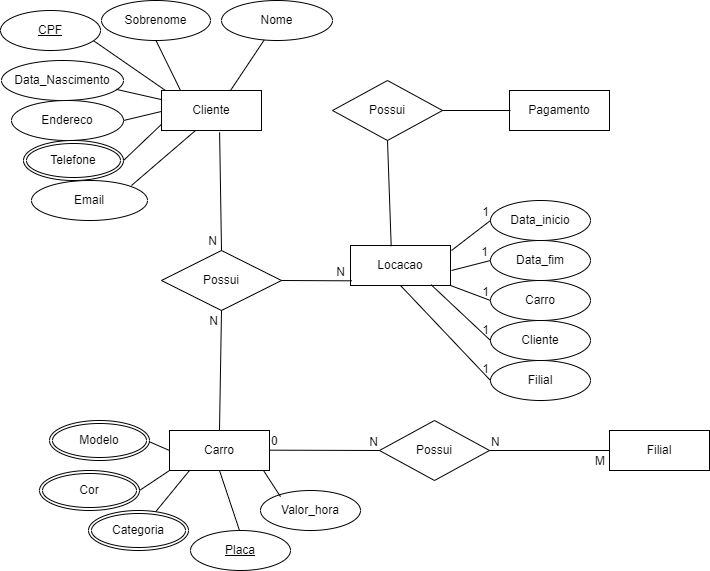
Before: Mapa_BD1.drawio.png, a diagram exported from draw.io (Kelly-Prone/diagramas). Source tidied: cells renumbered, new cells last; positions are measured from the earlier drawing's top-left corner, leaving out a move shared by most shapes.
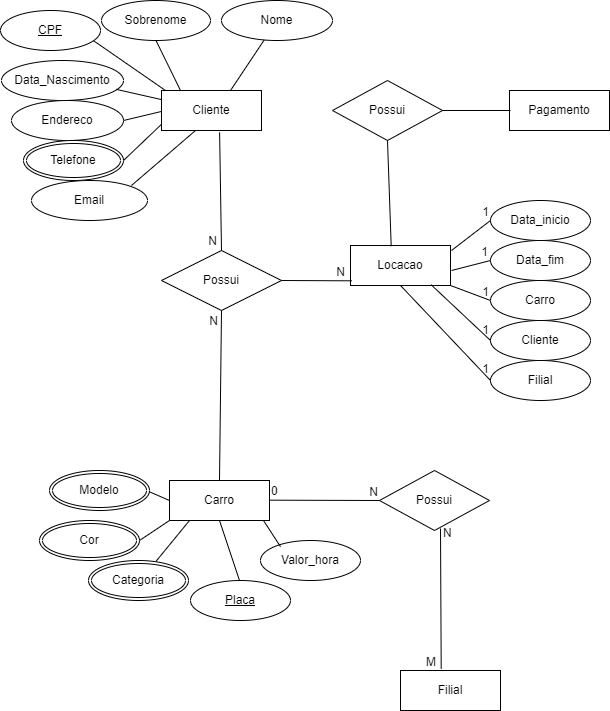
The same file after the commit.

Diff of the diagram source:
```diff
@@ -60,7 +60,7 @@
       <mxGeometry x="161" y="90" width="100" height="40" as="geometry" />
     </mxCell>
     <mxCell id="15" value="Carro" style="whiteSpace=wrap;html=1;align=center;" parent="1" vertex="1">
-      <mxGeometry x="169" y="430" width="100" height="40" as="geometry" />
+      <mxGeometry x="169" y="480" width="100" height="40" as="geometry" />
     </mxCell>
     <mxCell id="16" value="Telefone" style="ellipse;shape=doubleEllipse;margin=3;whiteSpace=wrap;html=1;align=center;" parent="1" vertex="1">
       <mxGeometry x="23" y="140" width="100" height="40" as="geometry" />
@@ -72,36 +72,36 @@
       <mxGeometry x="161" y="250" width="120" height="60" as="geometry" />
     </mxCell>
     <mxCell id="19" value="Valor_hora" style="ellipse;whiteSpace=wrap;html=1;align=center;" parent="1" vertex="1">
-      <mxGeometry x="260" y="490" width="100" height="40" as="geometry" />
+      <mxGeometry x="260" y="540" width="100" height="40" as="geometry" />
     </mxCell>
     <mxCell id="20" value="Placa" style="ellipse;whiteSpace=wrap;html=1;align=center;fontStyle=4;" parent="1" vertex="1">
-      <mxGeometry x="190" y="530" width="100" height="40" as="geometry" />
+      <mxGeometry x="190" y="580" width="100" height="40" as="geometry" />
     </mxCell>
     <mxCell id="21" style="endArrow=none;html=1;rounded=0;entryX=0.5;entryY=1;entryDx=0;entryDy=0;" parent="1" edge="1" target="15">
       <mxGeometry relative="1" as="geometry">
-        <mxPoint x="239" y="530" as="sourcePoint" />
+        <mxPoint x="239" y="580" as="sourcePoint" />
       </mxGeometry>
     </mxCell>
     <mxCell id="22" style="endArrow=none;html=1;rounded=0;entryX=0.5;entryY=1;entryDx=0;entryDy=0;exitX=0.2;exitY=0.154;exitDx=0;exitDy=0;exitPerimeter=0;" parent="1" edge="1" source="19">
       <mxGeometry relative="1" as="geometry">
-        <mxPoint x="263" y="470" as="targetPoint" />
+        <mxPoint x="263" y="520" as="targetPoint" />
       </mxGeometry>
     </mxCell>
     <mxCell id="23" style="endArrow=none;html=1;rounded=0;entryX=0.5;entryY=1;entryDx=0;entryDy=0;" parent="1" edge="1">
       <mxGeometry relative="1" as="geometry">
-        <mxPoint x="155.4" y="511" as="sourcePoint" />
-        <mxPoint x="189" y="470" as="targetPoint" />
+        <mxPoint x="155.4" y="561" as="sourcePoint" />
+        <mxPoint x="189" y="520" as="targetPoint" />
       </mxGeometry>
     </mxCell>
     <mxCell id="24" style="endArrow=none;html=1;rounded=0;entryX=1;entryY=0.5;entryDx=0;entryDy=0;" parent="1" edge="1">
       <mxGeometry relative="1" as="geometry">
-        <mxPoint x="169" y="450" as="sourcePoint" />
-        <mxPoint x="146" y="440" as="targetPoint" />
+        <mxPoint x="169" y="500" as="sourcePoint" />
+        <mxPoint x="146" y="490" as="targetPoint" />
       </mxGeometry>
     </mxCell>
     <mxCell id="25" style="endArrow=none;html=1;rounded=0;entryX=0;entryY=1;entryDx=0;entryDy=0;" parent="1" edge="1" target="15">
       <mxGeometry relative="1" as="geometry">
-        <mxPoint x="139" y="490" as="sourcePoint" />
+        <mxPoint x="139" y="540" as="sourcePoint" />
       </mxGeometry>
     </mxCell>
     <mxCell id="26" style="endArrow=none;html=1;rounded=0;entryX=0.5;entryY=0;entryDx=0;entryDy=0;exitX=0.581;exitY=1.046;exitDx=0;exitDy=0;exitPerimeter=0;" parent="1" edge="1" source="14" target="18">
@@ -121,23 +121,23 @@
       </mxGeometry>
     </mxCell>
     <mxCell id="30" value="Modelo" style="ellipse;shape=doubleEllipse;margin=3;whiteSpace=wrap;html=1;align=center;" parent="1" vertex="1">
-      <mxGeometry x="49" y="420" width="100" height="40" as="geometry" />
+      <mxGeometry x="49" y="470" width="100" height="40" as="geometry" />
     </mxCell>
     <mxCell id="31" value="Cor" style="ellipse;shape=doubleEllipse;margin=3;whiteSpace=wrap;html=1;align=center;" parent="1" vertex="1">
-      <mxGeometry x="39" y="470" width="100" height="40" as="geometry" />
+      <mxGeometry x="39" y="520" width="100" height="40" as="geometry" />
     </mxCell>
     <mxCell id="32" value="Categoria" style="ellipse;shape=doubleEllipse;margin=3;whiteSpace=wrap;html=1;align=center;" parent="1" vertex="1">
-      <mxGeometry x="88" y="510" width="100" height="40" as="geometry" />
+      <mxGeometry x="88" y="560" width="100" height="40" as="geometry" />
     </mxCell>
     <mxCell id="33" value="Filial" style="whiteSpace=wrap;html=1;align=center;" parent="1" vertex="1">
-      <mxGeometry x="609" y="430" width="100" height="40" as="geometry" />
+      <mxGeometry x="400" y="670" width="100" height="40" as="geometry" />
     </mxCell>
     <mxCell id="34" value="Possui" style="shape=rhombus;perimeter=rhombusPerimeter;whiteSpace=wrap;html=1;align=center;" parent="1" vertex="1">
-      <mxGeometry x="379" y="420" width="110" height="60" as="geometry" />
+      <mxGeometry x="379" y="470" width="110" height="60" as="geometry" />
     </mxCell>
     <mxCell id="35" style="endArrow=none;html=1;rounded=0;entryX=0;entryY=0.5;entryDx=0;entryDy=0;" parent="1" edge="1" target="34">
       <mxGeometry relative="1" as="geometry">
-        <mxPoint x="269" y="449.7" as="sourcePoint" />
+        <mxPoint x="269" y="499.7" as="sourcePoint" />
       </mxGeometry>
     </mxCell>
     <mxCell id="36" value="0" style="html=1;whiteSpace=wrap;align=left;verticalAlign=bottom;" parent="35" vertex="1">
@@ -146,15 +146,19 @@
     <mxCell id="37" value="N" style="html=1;whiteSpace=wrap;align=right;verticalAlign=bottom;" parent="35" vertex="1">
       <mxGeometry x="1" relative="1" as="geometry" />
     </mxCell>
-    <mxCell id="38" style="endArrow=none;html=1;rounded=0;entryX=0;entryY=0.5;entryDx=0;entryDy=0;exitX=1;exitY=0.5;exitDx=0;exitDy=0;" parent="1" edge="1" source="34" target="33">
-      <mxGeometry relative="1" as="geometry" />
+    <mxCell id="38" style="endArrow=none;html=1;rounded=0;entryX=0.407;entryY=-0.042;entryDx=0;entryDy=0;entryPerimeter=0;" parent="1" edge="1" target="33">
+      <mxGeometry relative="1" as="geometry">
+        <mxPoint x="440" y="528" as="sourcePoint" />
+      </mxGeometry>
     </mxCell>
     <mxCell id="39" value="N" style="html=1;whiteSpace=wrap;align=left;verticalAlign=bottom;" parent="38" vertex="1">
-      <mxGeometry x="-1" relative="1" as="geometry" />
+      <mxGeometry x="-1" relative="1" as="geometry">
+        <mxPoint x="1" y="13" as="offset" />
+      </mxGeometry>
     </mxCell>
     <mxCell id="40" value="M" style="html=1;whiteSpace=wrap;align=right;verticalAlign=bottom;" parent="38" vertex="1">
       <mxGeometry x="1" relative="1" as="geometry">
-        <mxPoint x="-3" y="19" as="offset" />
+        <mxPoint x="-3" y="2" as="offset" />
       </mxGeometry>
     </mxCell>
     <mxCell id="41" value="Possui" style="shape=rhombus;perimeter=rhombusPerimeter;whiteSpace=wrap;html=1;align=center;" parent="1" vertex="1">
```
